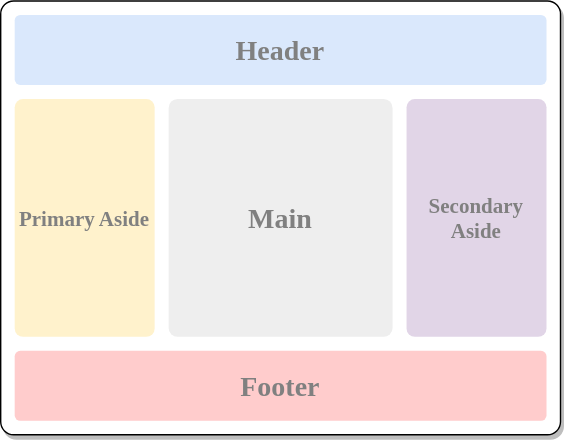
Above: assets/content-press.svg in TerryZ/v-layouts (draw.io), before the change. Source tidied: cells renumbered, new cells last; positions are measured from the earlier drawing's top-left corner, leaving out a move shared by most shapes. The source it was exported from:
```xml
<mxGraphModel>
  <root>
    <mxCell id="0" />
    <mxCell id="1" parent="0" />
    <mxCell id="2" style="rounded=1;whiteSpace=wrap;html=1;glass=0;sketch=0;shadow=1;arcSize=3;fontFamily=Verdana;fontSize=20;fontStyle=1;fontColor=#808080;" parent="1" vertex="1">
      <mxGeometry width="400" height="310" as="geometry" />
    </mxCell>
    <mxCell id="3" value="Header" style="rounded=1;whiteSpace=wrap;html=1;shadow=0;glass=0;sketch=0;arcSize=8;fillColor=#dae8fc;strokeColor=none;fontFamily=Verdana;fontSize=20;fontStyle=1;fontColor=#808080;" parent="1" vertex="1">
      <mxGeometry x="10" y="10" width="380" height="50" as="geometry" />
    </mxCell>
    <mxCell id="4" value="Primary Aside" style="rounded=1;whiteSpace=wrap;html=1;shadow=0;glass=0;sketch=0;arcSize=6;fillColor=#fff2cc;strokeColor=none;fontFamily=Verdana;fontSize=15;fontStyle=1;fontColor=#808080;" parent="1" vertex="1">
      <mxGeometry x="10" y="70" width="100" height="170" as="geometry" />
    </mxCell>
    <mxCell id="5" value="Main" style="rounded=1;whiteSpace=wrap;html=1;shadow=0;glass=0;sketch=0;arcSize=4;fillColor=#eeeeee;strokeColor=none;fontFamily=Verdana;fontSize=20;fontStyle=1;fontColor=#808080;" parent="1" vertex="1">
      <mxGeometry x="120" y="70" width="160" height="170" as="geometry" />
    </mxCell>
    <mxCell id="6" value="Footer" style="rounded=1;whiteSpace=wrap;html=1;shadow=0;glass=0;sketch=0;arcSize=8;fillColor=#ffcccc;strokeColor=none;fontFamily=Verdana;fontSize=20;fontStyle=1;fontColor=#808080;" parent="1" vertex="1">
      <mxGeometry x="10" y="250" width="380" height="50" as="geometry" />
    </mxCell>
    <mxCell id="7" value="Secondary Aside" style="rounded=1;whiteSpace=wrap;html=1;shadow=0;glass=0;sketch=0;arcSize=6;fillColor=#e1d5e7;strokeColor=none;fontFamily=Verdana;fontSize=15;fontStyle=1;fontColor=#808080;" parent="1" vertex="1">
      <mxGeometry x="290" y="70" width="100" height="170" as="geometry" />
    </mxCell>
  </root>
</mxGraphModel>
```
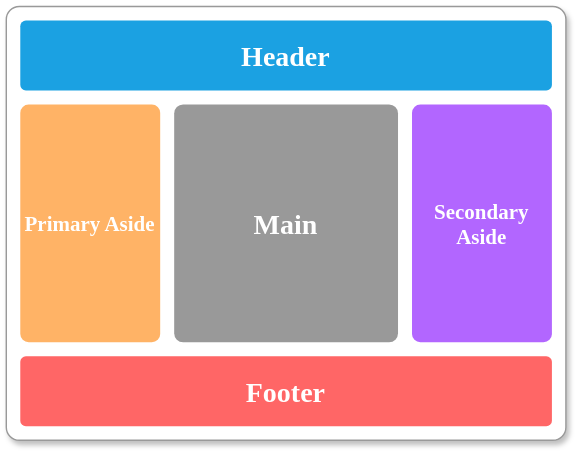
Above is the later version.

What changed in the source:
```diff
@@ -2,22 +2,22 @@
   <root>
     <mxCell id="0" />
     <mxCell id="1" parent="0" />
-    <mxCell id="2" style="rounded=1;whiteSpace=wrap;html=1;glass=0;sketch=0;shadow=1;arcSize=3;fontFamily=Verdana;fontSize=20;fontStyle=1;fontColor=#808080;" parent="1" vertex="1">
+    <mxCell id="2" style="rounded=1;whiteSpace=wrap;html=1;glass=0;sketch=0;shadow=1;arcSize=3;fontFamily=Verdana;fontSize=20;fontStyle=1;fontColor=#FFFFFF;strokeColor=#999999;" parent="1" vertex="1">
       <mxGeometry width="400" height="310" as="geometry" />
     </mxCell>
-    <mxCell id="3" value="Header" style="rounded=1;whiteSpace=wrap;html=1;shadow=0;glass=0;sketch=0;arcSize=8;fillColor=#dae8fc;strokeColor=none;fontFamily=Verdana;fontSize=20;fontStyle=1;fontColor=#808080;" parent="1" vertex="1">
+    <mxCell id="3" value="Header" style="rounded=1;whiteSpace=wrap;html=1;shadow=0;glass=0;sketch=0;arcSize=8;fillColor=#1ba1e2;strokeColor=none;fontFamily=Verdana;fontSize=20;fontStyle=1;fontColor=#ffffff;" parent="1" vertex="1">
       <mxGeometry x="10" y="10" width="380" height="50" as="geometry" />
     </mxCell>
-    <mxCell id="4" value="Primary Aside" style="rounded=1;whiteSpace=wrap;html=1;shadow=0;glass=0;sketch=0;arcSize=6;fillColor=#fff2cc;strokeColor=none;fontFamily=Verdana;fontSize=15;fontStyle=1;fontColor=#808080;" parent="1" vertex="1">
+    <mxCell id="4" value="Primary Aside" style="rounded=1;whiteSpace=wrap;html=1;shadow=0;glass=0;sketch=0;arcSize=6;fillColor=#FFB366;strokeColor=none;fontFamily=Verdana;fontSize=15;fontStyle=1;fontColor=#FFFFFF;" parent="1" vertex="1">
       <mxGeometry x="10" y="70" width="100" height="170" as="geometry" />
     </mxCell>
-    <mxCell id="5" value="Main" style="rounded=1;whiteSpace=wrap;html=1;shadow=0;glass=0;sketch=0;arcSize=4;fillColor=#eeeeee;strokeColor=none;fontFamily=Verdana;fontSize=20;fontStyle=1;fontColor=#808080;" parent="1" vertex="1">
+    <mxCell id="5" value="Main" style="rounded=1;whiteSpace=wrap;html=1;shadow=0;glass=0;sketch=0;arcSize=4;fillColor=#999999;strokeColor=none;fontFamily=Verdana;fontSize=20;fontStyle=1;fontColor=#FFFFFF;" parent="1" vertex="1">
       <mxGeometry x="120" y="70" width="160" height="170" as="geometry" />
     </mxCell>
-    <mxCell id="6" value="Footer" style="rounded=1;whiteSpace=wrap;html=1;shadow=0;glass=0;sketch=0;arcSize=8;fillColor=#ffcccc;strokeColor=none;fontFamily=Verdana;fontSize=20;fontStyle=1;fontColor=#808080;" parent="1" vertex="1">
+    <mxCell id="6" value="Footer" style="rounded=1;whiteSpace=wrap;html=1;shadow=0;glass=0;sketch=0;arcSize=8;fillColor=#FF6666;strokeColor=none;fontFamily=Verdana;fontSize=20;fontStyle=1;fontColor=#FFFFFF;" parent="1" vertex="1">
       <mxGeometry x="10" y="250" width="380" height="50" as="geometry" />
     </mxCell>
-    <mxCell id="7" value="Secondary Aside" style="rounded=1;whiteSpace=wrap;html=1;shadow=0;glass=0;sketch=0;arcSize=6;fillColor=#e1d5e7;strokeColor=none;fontFamily=Verdana;fontSize=15;fontStyle=1;fontColor=#808080;" parent="1" vertex="1">
+    <mxCell id="7" value="Secondary Aside" style="rounded=1;whiteSpace=wrap;html=1;shadow=0;glass=0;sketch=0;arcSize=6;fillColor=#B266FF;strokeColor=none;fontFamily=Verdana;fontSize=15;fontStyle=1;fontColor=#FFFFFF;" parent="1" vertex="1">
       <mxGeometry x="290" y="70" width="100" height="170" as="geometry" />
     </mxCell>
   </root>
```
